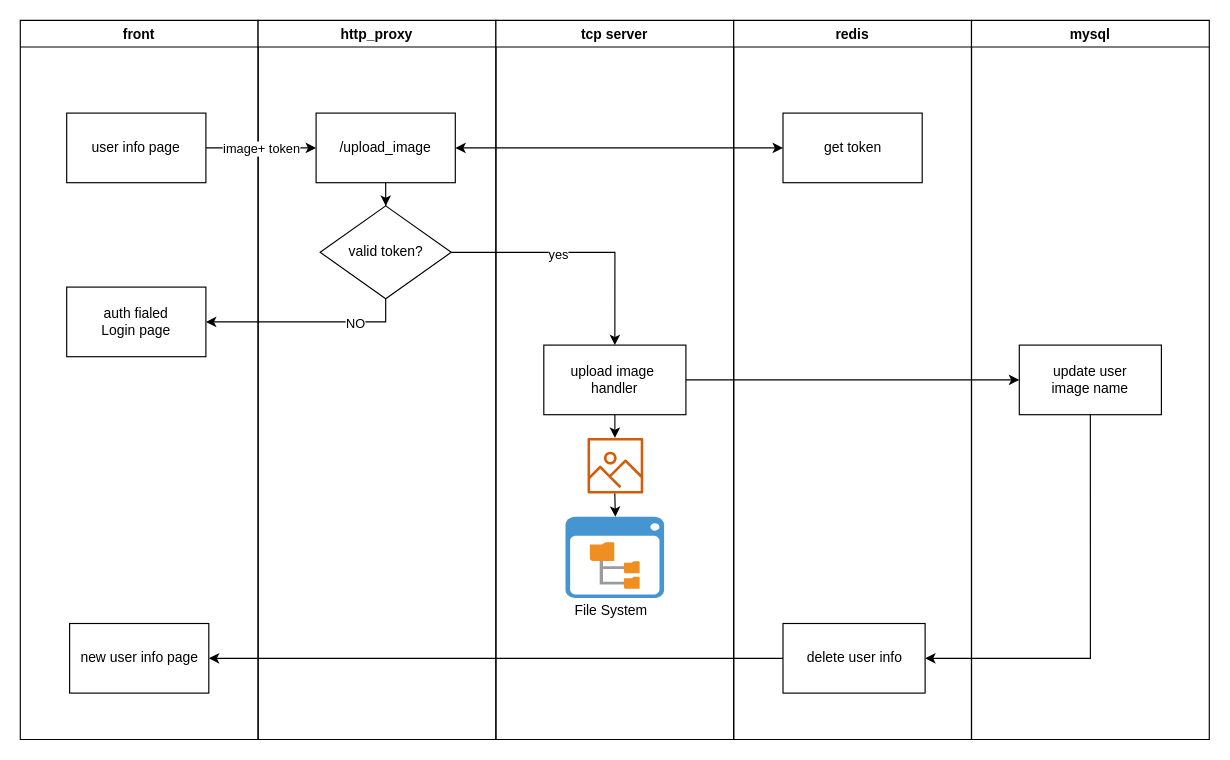
Above: network/changenicknameflow2.drawio in xiaobaiTech/image (draw.io), before the change. Source tidied: cells renumbered, new cells numbered last; positions are measured from the earlier drawing's top-left corner, leaving out a move shared by most shapes. Both pictures are drawn from the tidied source at 116%, with x=0, y=0 at pixel (20, 20).
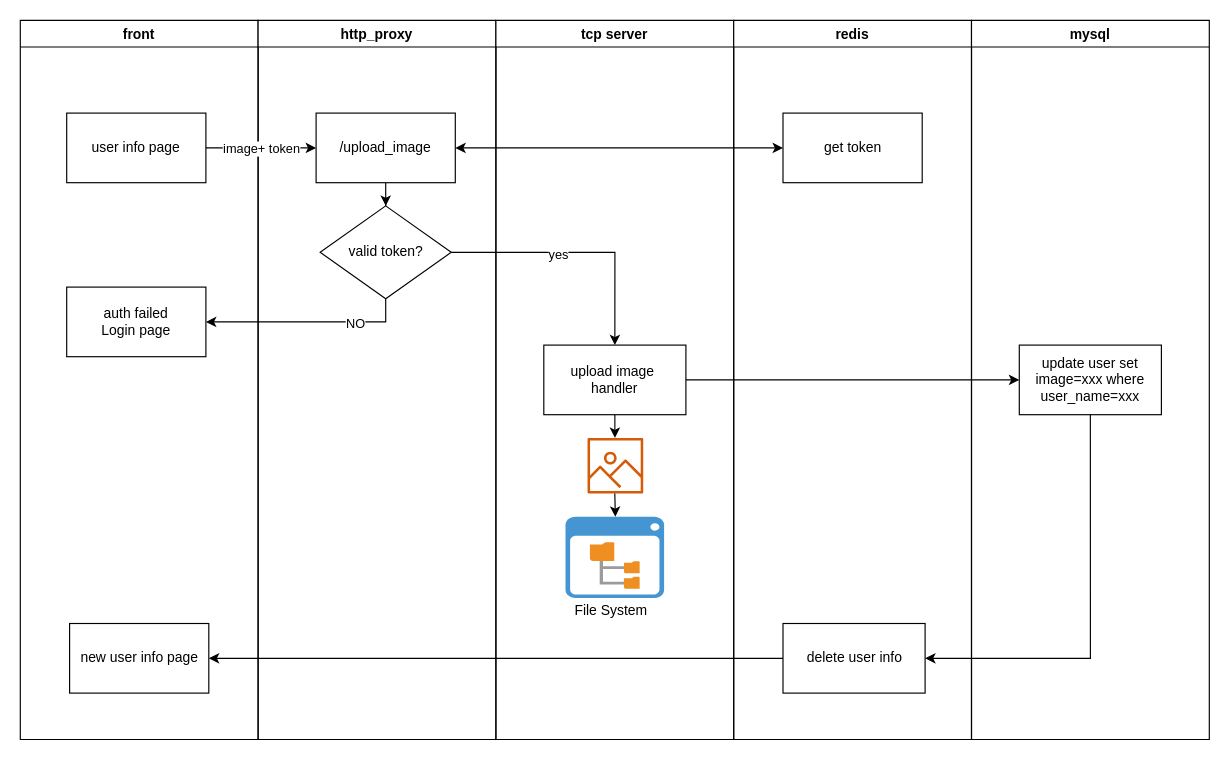
The same diagram, later.

The change refers to these unchanged cells:
```xml
<mxCell id="2" value="front" style="swimlane;" parent="1" vertex="1">
  <mxGeometry width="205" height="620" as="geometry" />
</mxCell>
<mxCell id="19" value="mysql" style="swimlane;" parent="1" vertex="1">
  <mxGeometry x="820" width="205" height="620" as="geometry" />
</mxCell>
```

What changed in the source:
```diff
@@
-    <mxCell id="4" value="auth fialed&lt;br&gt;Login page" style="rounded=0;whiteSpace=wrap;html=1;" parent="2" vertex="1">
+    <mxCell id="4" value="auth failed&lt;br&gt;Login page" style="rounded=0;whiteSpace=wrap;html=1;" parent="2" vertex="1">
       <mxGeometry x="40" y="230" width="120" height="60" as="geometry" />
     </mxCell>
@@
-    <mxCell id="20" value="update user &lt;br&gt;image name" style="rounded=0;whiteSpace=wrap;html=1;" parent="19" vertex="1">
+    <mxCell id="20" value="update user set image=xxx where user_name=xxx" style="rounded=0;whiteSpace=wrap;html=1;" parent="19" vertex="1">
       <mxGeometry x="41.2" y="280" width="122.5" height="60" as="geometry" />
     </mxCell>
```
